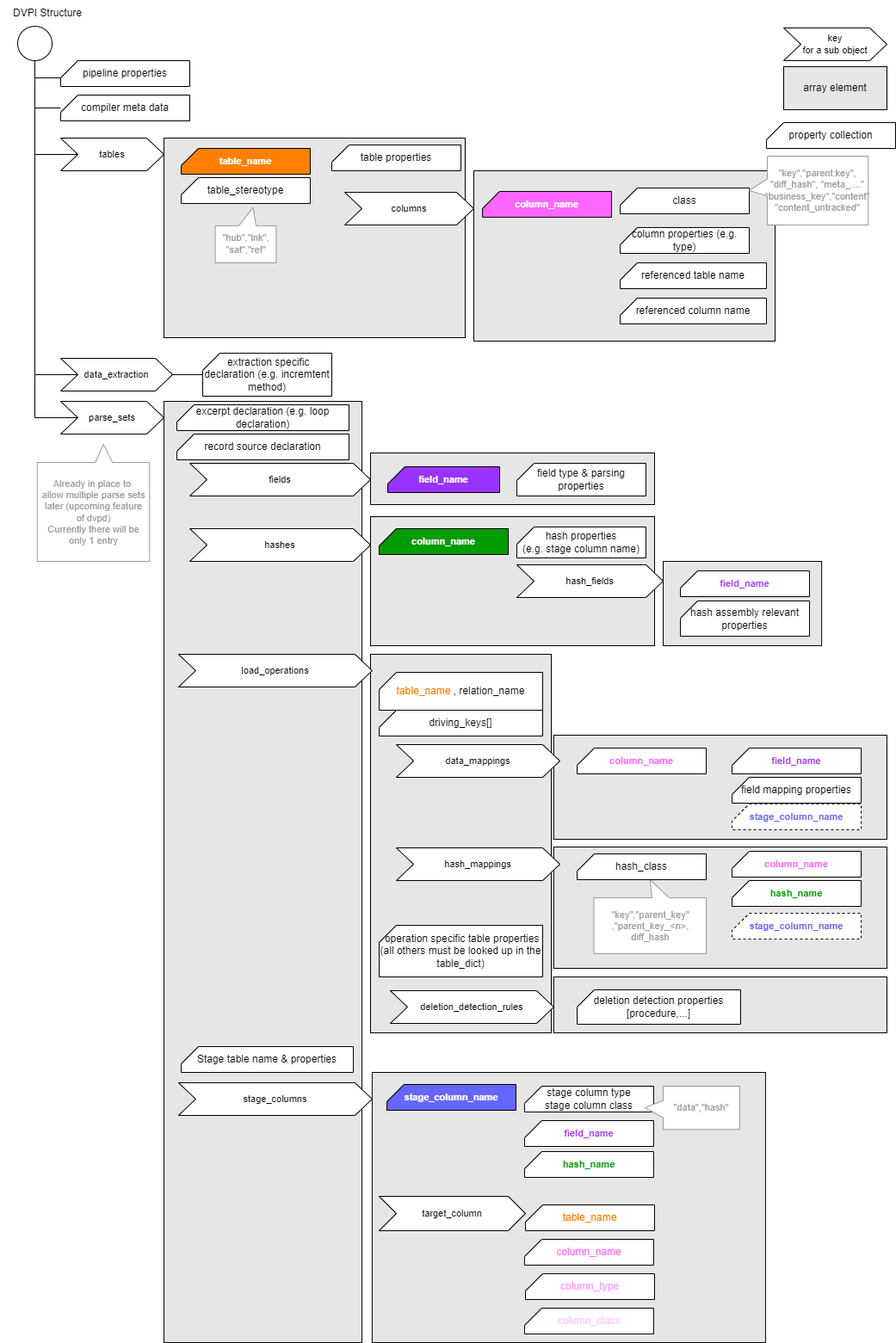
cimt-ag/data_vault_pipelinedescription keeps this draw.io diagram as documentation/images/DVPI_structure.drawio.png. Above is the earlier version. Source tidied: cells renumbered, new cells last; positions are measured from the earlier drawing's top-left corner, leaving out a move shared by most shapes.
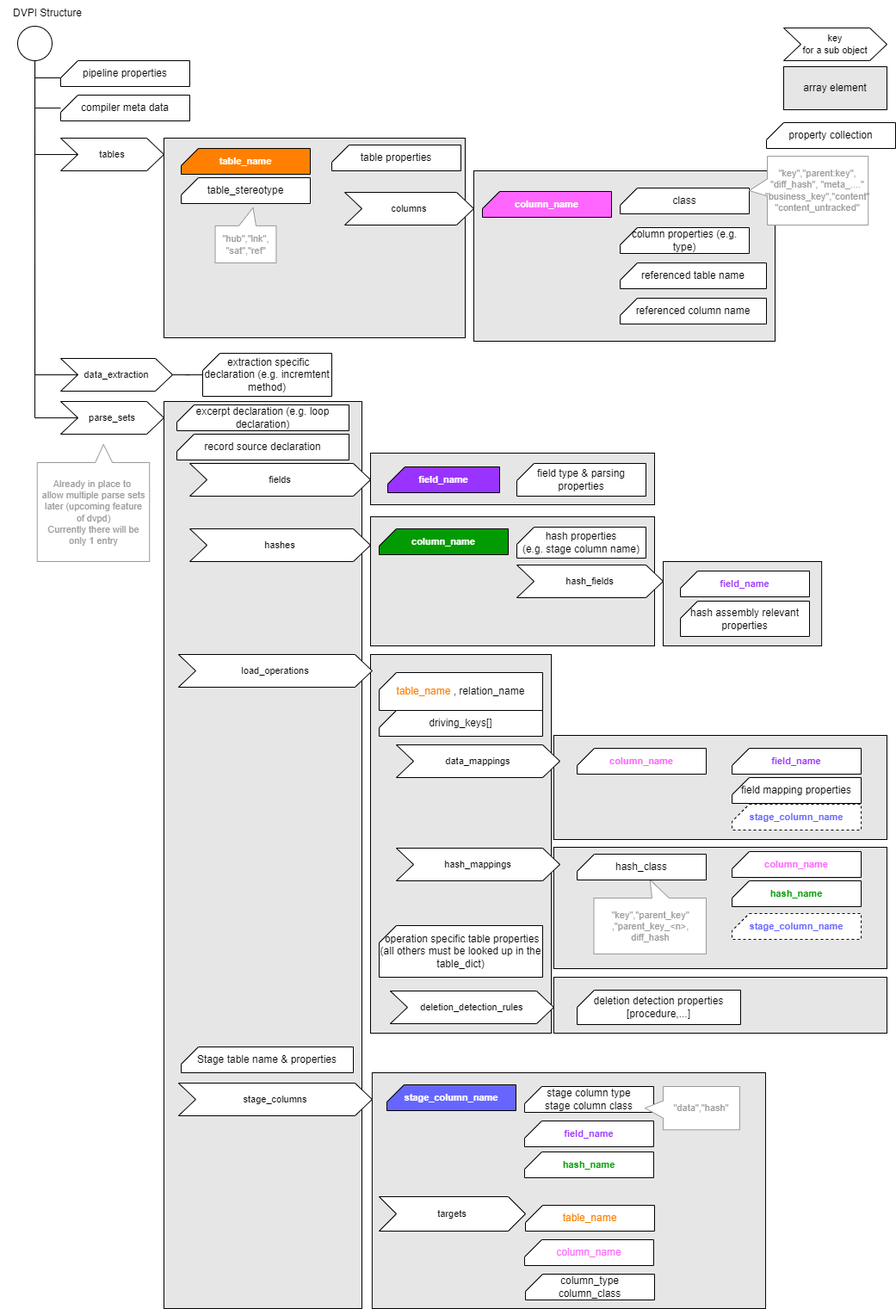
The same diagram one commit later.

Commit message:
DVPI Structure extended

Change to the diagram source:
```diff
@@ -6,7 +6,7 @@
       <mxGeometry x="642.9" y="1135" width="387.1" height="65" as="geometry" />
     </mxCell>
     <mxCell id="3" style="rounded=0;whiteSpace=wrap;html=1;fillColor=#E6E6E6;" parent="1" vertex="1">
-      <mxGeometry x="431.9" y="1246" width="457.1" height="314" as="geometry" />
+      <mxGeometry x="431.9" y="1246" width="457.1" height="274" as="geometry" />
     </mxCell>
     <mxCell id="4" style="rounded=0;whiteSpace=wrap;html=1;fillColor=#E6E6E6;" parent="1" vertex="1">
       <mxGeometry x="642.9" y="984" width="387.1" height="141" as="geometry" />
@@ -30,7 +30,7 @@
       <mxGeometry width="110" height="30" as="geometry" />
     </mxCell>
     <mxCell id="11" style="rounded=0;whiteSpace=wrap;html=1;fillColor=#E6E6E6;" parent="1" vertex="1">
-      <mxGeometry x="190" y="466" width="230" height="1094" as="geometry" />
+      <mxGeometry x="190" y="466" width="230" height="1054" as="geometry" />
     </mxCell>
     <mxCell id="12" style="edgeStyle=orthogonalEdgeStyle;shape=connector;rounded=0;jettySize=auto;html=1;entryX=0.5;entryY=1;entryDx=0;entryDy=0;entryPerimeter=0;labelBackgroundColor=default;strokeColor=default;fontFamily=Helvetica;fontSize=11;fontColor=default;endArrow=none;endFill=0;" parent="1" edge="1" source="18" target="14">
       <mxGeometry relative="1" as="geometry" />
@@ -231,7 +231,7 @@
     <mxCell id="76" value="&quot;hub&quot;,&quot;lnk&quot;,&lt;br&gt;&quot;sat&quot;,&quot;ref&quot;" style="shape=callout;whiteSpace=wrap;html=1;perimeter=calloutPerimeter;fontFamily=Helvetica;fontSize=11;fontColor=#999999;size=21;position=0.33;direction=west;strokeColor=#999999;position2=0.38;" parent="1" vertex="1">
       <mxGeometry x="249.6" y="240.9" width="70.9" height="64.1" as="geometry" />
     </mxCell>
-    <mxCell id="77" value="target_column" style="shape=step;perimeter=stepPerimeter;whiteSpace=wrap;html=1;fixedSize=1;fontFamily=Helvetica;fontSize=11;fontColor=default;" parent="1" vertex="1">
+    <mxCell id="77" value="targets" style="shape=step;perimeter=stepPerimeter;whiteSpace=wrap;html=1;fixedSize=1;fontFamily=Helvetica;fontSize=11;fontColor=default;" parent="1" vertex="1">
       <mxGeometry x="440" y="1390" width="170" height="40" as="geometry" />
     </mxCell>
     <mxCell id="78" value="&lt;font color=&quot;#ff8000&quot;&gt;table_name&lt;/font&gt;" style="verticalLabelPosition=middle;verticalAlign=middle;html=1;shape=card;whiteSpace=wrap;size=20;arcSize=12;labelPosition=center;align=center;" parent="1" vertex="1">
@@ -240,11 +240,8 @@
     <mxCell id="79" value="&lt;font color=&quot;#ff66ff&quot;&gt;column_name&lt;/font&gt;" style="verticalLabelPosition=middle;verticalAlign=middle;html=1;shape=card;whiteSpace=wrap;size=20;arcSize=12;labelPosition=center;align=center;" parent="1" vertex="1">
       <mxGeometry x="609" y="1440" width="150" height="30" as="geometry" />
     </mxCell>
-    <mxCell id="80" value="&lt;font color=&quot;#ff99ff&quot;&gt;column_type&lt;/font&gt;" style="verticalLabelPosition=middle;verticalAlign=middle;html=1;shape=card;whiteSpace=wrap;size=20;arcSize=12;labelPosition=center;align=center;" parent="1" vertex="1">
+    <mxCell id="80" value="column_type&lt;br&gt;column_class" style="verticalLabelPosition=middle;verticalAlign=middle;html=1;shape=card;whiteSpace=wrap;size=20;arcSize=12;labelPosition=center;align=center;" parent="1" vertex="1">
       <mxGeometry x="610" y="1480" width="150" height="30" as="geometry" />
     </mxCell>
-    <mxCell id="81" value="&lt;font color=&quot;#ffccff&quot;&gt;column_class&lt;/font&gt;" style="verticalLabelPosition=middle;verticalAlign=middle;html=1;shape=card;whiteSpace=wrap;size=20;arcSize=12;labelPosition=center;align=center;" parent="1" vertex="1">
-      <mxGeometry x="609" y="1520" width="150" height="30" as="geometry" />
-    </mxCell>
   </root>
 </mxGraphModel>
```
